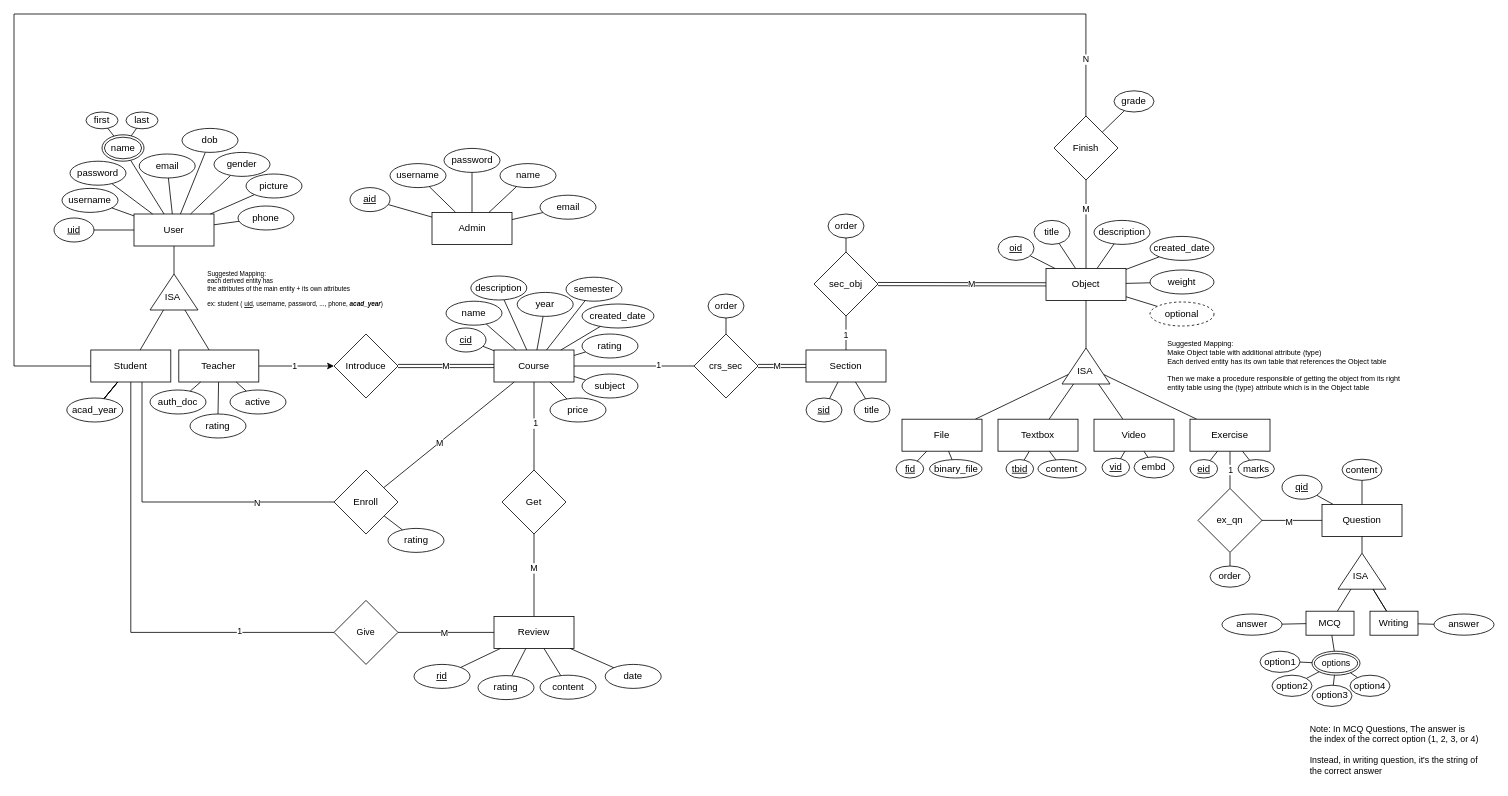
ahmedamrelhefnawy/Neon-Academy keeps this draw.io diagram as page "ERD" (1 of 2) of Design/Database Diagrams.drawio. Above is the earlier version. Source tidied: cells renumbered, new cells numbered last; positions are measured from the earlier drawing's top-left corner, leaving out a move shared by most shapes. Both pictures are drawn from the tidied source at 80%, with x=0, y=0 at pixel (14, 14).
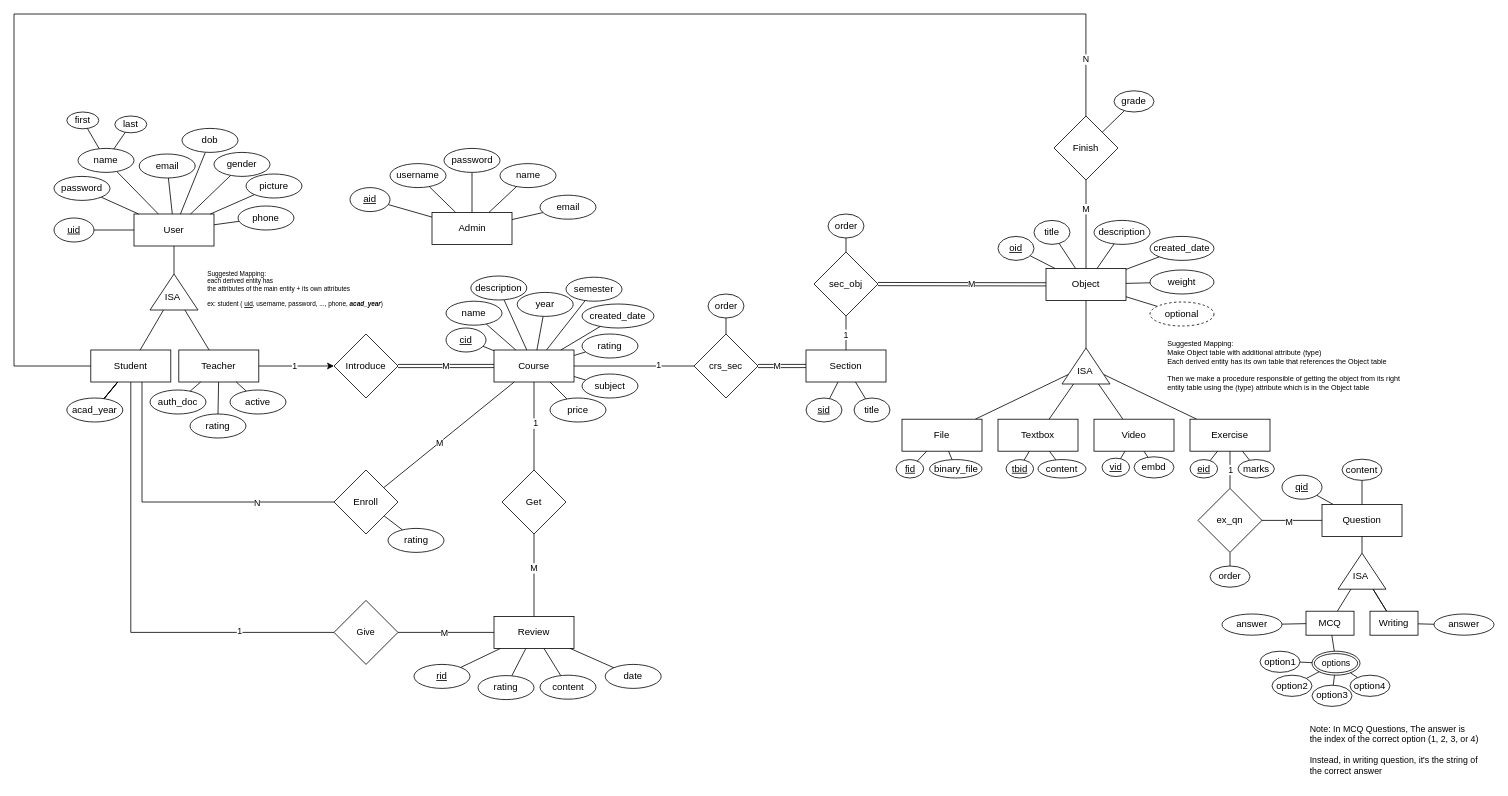
Above is the later version.

Commit message (it also covers changes not shown here):
edit: Removed username attribute

The change refers to these unchanged cells:
```xml
<mxCell id="2" value="User" style="whiteSpace=wrap;html=1;align=center;" parent="1" vertex="1">
  <mxGeometry x="150" y="250" width="100" height="40" as="geometry" />
</mxCell>
```

What changed in the source:
```diff
@@
-    <mxCell id="61" value="username" style="ellipse;whiteSpace=wrap;html=1;" parent="1" vertex="1">
-      <mxGeometry x="60" y="218" width="70" height="30" as="geometry" />
-    </mxCell>
@@
     <mxCell id="63" value="password" style="ellipse;whiteSpace=wrap;html=1;" parent="1" vertex="1">
-      <mxGeometry x="70" y="184" width="70" height="30" as="geometry" />
+      <mxGeometry x="50" y="203" width="70" height="30" as="geometry" />
     </mxCell>
@@
-    <mxCell id="66" style="rounded=0;jettySize=auto;html=1;endArrow=none;endFill=0;" parent="1" edge="1" source="61" target="2">
-      <mxGeometry relative="1" as="geometry" />
-    </mxCell>
@@
-    <mxCell id="90" value="name" style="ellipse;shape=doubleEllipse;margin=3;whiteSpace=wrap;html=1;align=center;" parent="1" vertex="1">
-      <mxGeometry x="110" y="151" width="52.5" height="33" as="geometry" />
-    </mxCell>
@@
     <mxCell id="92" value="first" style="ellipse;whiteSpace=wrap;html=1;" parent="1" vertex="1">
-      <mxGeometry x="90" y="122.5" width="40" height="21" as="geometry" />
+      <mxGeometry x="66" y="122.5" width="40" height="21" as="geometry" />
     </mxCell>
@@
     <mxCell id="94" value="last" style="ellipse;whiteSpace=wrap;html=1;" parent="1" vertex="1">
-      <mxGeometry x="140" y="122.5" width="40" height="21" as="geometry" />
+      <mxGeometry x="126" y="127.5" width="40" height="21" as="geometry" />
     </mxCell>
@@
+    <mxCell id="90" value="name" style="ellipse;whiteSpace=wrap;html=1;" parent="1" vertex="1">
+      <mxGeometry x="80" y="168" width="70" height="30" as="geometry" />
+    </mxCell>
```
